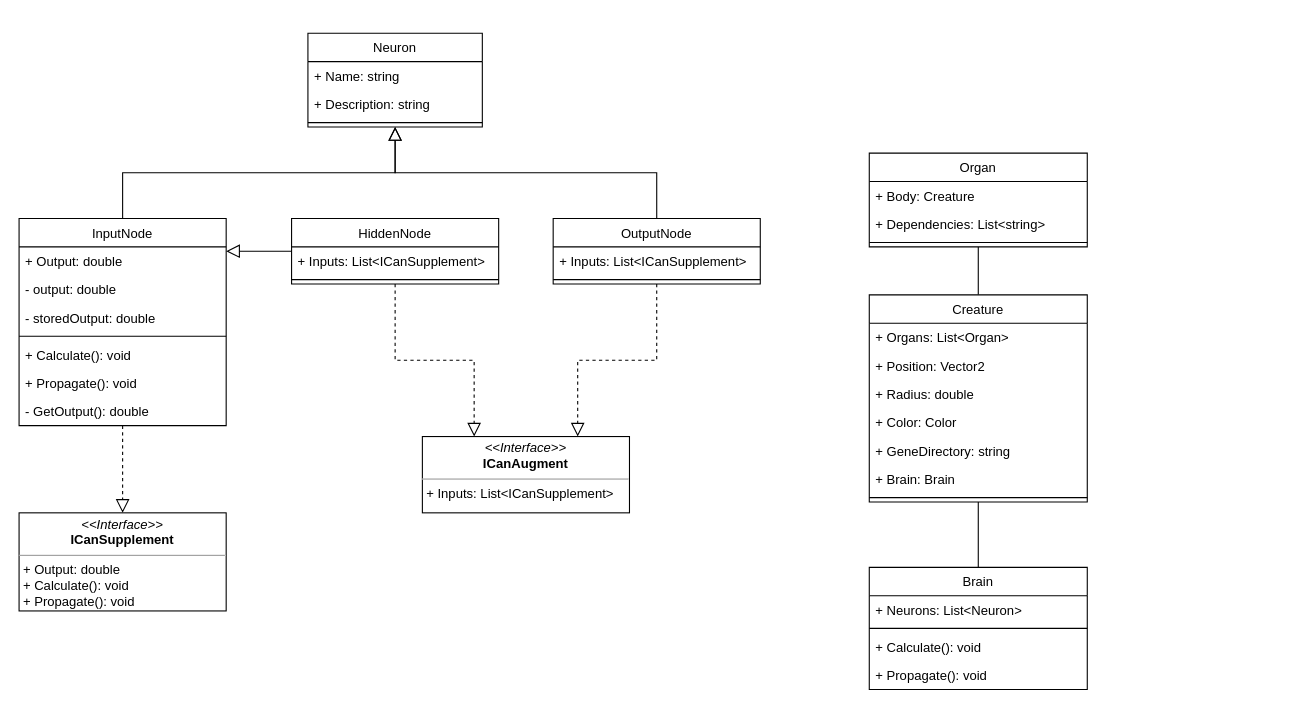
The draw.io diagram ClassDiagram.drawio in Exouxas/FosterScript.Core, before the edit. Source tidied: cells renumbered, new cells numbered last; positions are measured from the earlier drawing's top-left corner, leaving out a move shared by most shapes. Both pictures are drawn from the tidied source at 109%, with x=0, y=0 at pixel (19, 33).
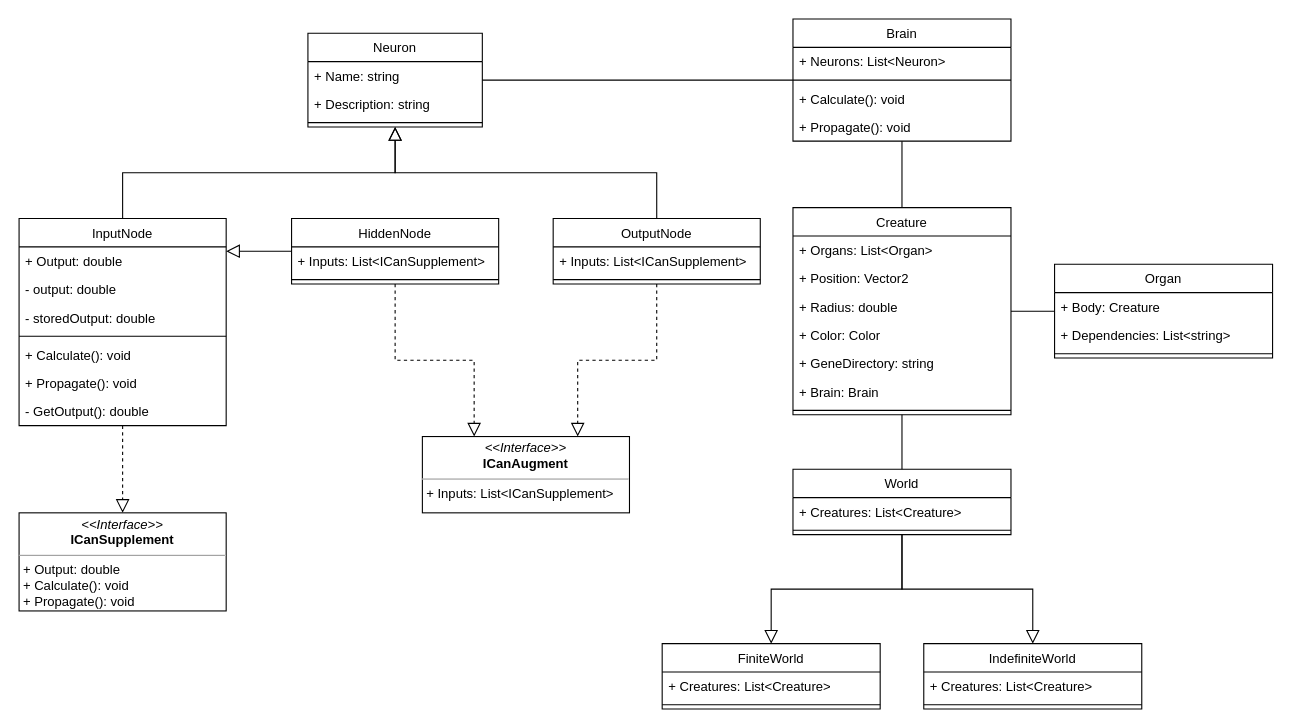
Above is the later version.

Commit message:
Merged the two diagrams

Unchanged cells that the change refers to:
```xml
<mxCell id="2" value="Neuron" style="swimlane;fontStyle=0;align=center;verticalAlign=top;horizontal=1;startSize=26;rounded=0;shadow=0;strokeWidth=1;" parent="1" vertex="1">
  <mxGeometry x="265" width="160" height="86" as="geometry" />
</mxCell>
```

The edit, as a diff of the source:
```diff
@@
     <mxCell id="19" value="Organ" style="swimlane;fontStyle=0;align=center;verticalAlign=top;horizontal=1;startSize=26;rounded=0;shadow=0;strokeWidth=1;" parent="1" vertex="1">
-      <mxGeometry x="780" y="110" width="200" height="86" as="geometry" />
+      <mxGeometry x="950" y="212" width="200" height="86" as="geometry" />
     </mxCell>
@@
     <mxCell id="24" value="Creature" style="swimlane;fontStyle=0;align=center;verticalAlign=top;horizontal=1;startSize=26;rounded=0;shadow=0;strokeWidth=1;" parent="1" vertex="1">
-      <mxGeometry x="780" y="240" width="200" height="190" as="geometry" />
+      <mxGeometry x="710" y="160" width="200" height="190" as="geometry" />
     </mxCell>
@@
     <mxCell id="41" value="Brain" style="swimlane;fontStyle=0;align=center;verticalAlign=top;horizontal=1;startSize=26;rounded=0;shadow=0;strokeWidth=1;" parent="1" vertex="1">
-      <mxGeometry x="780" y="490" width="200" height="112" as="geometry" />
+      <mxGeometry x="710" y="-13" width="200" height="112" as="geometry" />
     </mxCell>
@@
+    <mxCell id="47" style="edgeStyle=orthogonalEdgeStyle;rounded=0;jettySize=auto;html=1;endArrow=none;endFill=0;" parent="1" edge="1" source="41" target="2">
+      <mxGeometry relative="1" as="geometry" />
+    </mxCell>
+    <mxCell id="48" value="World" style="swimlane;fontStyle=0;align=center;verticalAlign=top;horizontal=1;startSize=26;rounded=0;shadow=0;strokeWidth=1;" parent="1" vertex="1">
+      <mxGeometry x="710" y="400" width="200" height="60" as="geometry" />
+    </mxCell>
+    <mxCell id="49" value="+ Creatures: List&lt;Creature&gt;" style="text;align=left;verticalAlign=top;spacingLeft=4;spacingRight=4;overflow=hidden;" parent="48" vertex="1">
+      <mxGeometry y="26" width="200" height="26" as="geometry" />
+    </mxCell>
+    <mxCell id="50" style="line;html=1;strokeWidth=1;align=left;verticalAlign=middle;spacingTop=-1;spacingLeft=3;spacingRight=3;labelPosition=right;" parent="48" vertex="1">
+      <mxGeometry y="52" width="200" height="8" as="geometry" />
+    </mxCell>
+    <mxCell id="51" style="edgeStyle=orthogonalEdgeStyle;rounded=0;jettySize=auto;html=1;endArrow=none;endFill=0;" parent="1" edge="1" source="48" target="24">
+      <mxGeometry relative="1" as="geometry" />
+    </mxCell>
+    <mxCell id="52" value="FiniteWorld" style="swimlane;fontStyle=0;align=center;verticalAlign=top;horizontal=1;startSize=26;rounded=0;shadow=0;strokeWidth=1;" parent="1" vertex="1">
+      <mxGeometry x="590" y="560" width="200" height="60" as="geometry" />
+    </mxCell>
+    <mxCell id="53" value="+ Creatures: List&lt;Creature&gt;" style="text;align=left;verticalAlign=top;spacingLeft=4;spacingRight=4;overflow=hidden;" parent="52" vertex="1">
+      <mxGeometry y="26" width="200" height="26" as="geometry" />
+    </mxCell>
+    <mxCell id="54" style="line;html=1;strokeWidth=1;align=left;verticalAlign=middle;spacingTop=-1;spacingLeft=3;spacingRight=3;labelPosition=right;" parent="52" vertex="1">
+      <mxGeometry y="52" width="200" height="8" as="geometry" />
+    </mxCell>
+    <mxCell id="55" style="endArrow=block;endSize=10;endFill=0;shadow=0;strokeWidth=1;rounded=0;edgeStyle=elbowEdgeStyle;elbow=vertical;" parent="1" edge="1" source="48" target="52">
+      <mxGeometry relative="1" as="geometry" />
+    </mxCell>
+    <mxCell id="56" value="IndefiniteWorld" style="swimlane;fontStyle=0;align=center;verticalAlign=top;horizontal=1;startSize=26;rounded=0;shadow=0;strokeWidth=1;" parent="1" vertex="1">
+      <mxGeometry x="830" y="560" width="200" height="60" as="geometry" />
+    </mxCell>
+    <mxCell id="57" value="+ Creatures: List&lt;Creature&gt;" style="text;align=left;verticalAlign=top;spacingLeft=4;spacingRight=4;overflow=hidden;" parent="56" vertex="1">
+      <mxGeometry y="26" width="200" height="26" as="geometry" />
+    </mxCell>
+    <mxCell id="58" style="line;html=1;strokeWidth=1;align=left;verticalAlign=middle;spacingTop=-1;spacingLeft=3;spacingRight=3;labelPosition=right;" parent="56" vertex="1">
+      <mxGeometry y="52" width="200" height="8" as="geometry" />
+    </mxCell>
+    <mxCell id="59" style="endArrow=block;endSize=10;endFill=0;shadow=0;strokeWidth=1;rounded=0;edgeStyle=elbowEdgeStyle;elbow=vertical;" parent="1" edge="1" source="48" target="56">
+      <mxGeometry relative="1" as="geometry" />
+    </mxCell>
```
